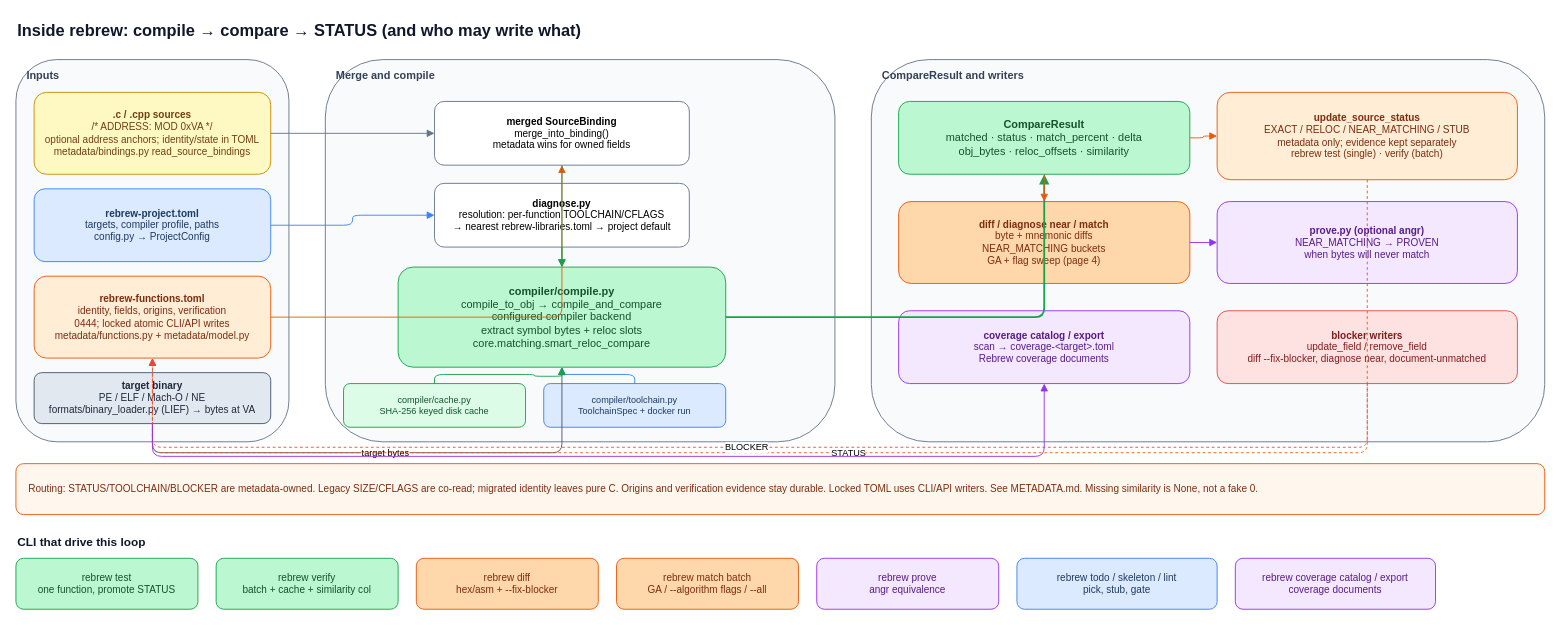
The draw.io diagram page "2. Compile-compare loop" (2 of 6) of docs/architecture.drawio in maci0/rebrew, before the edit. Source tidied: cells renumbered, new cells numbered last; positions are measured from the earlier drawing's top-left corner, leaving out a move shared by most shapes. Both pictures are drawn from the tidied source at 91%, with x=0, y=0 at pixel (15, 15).
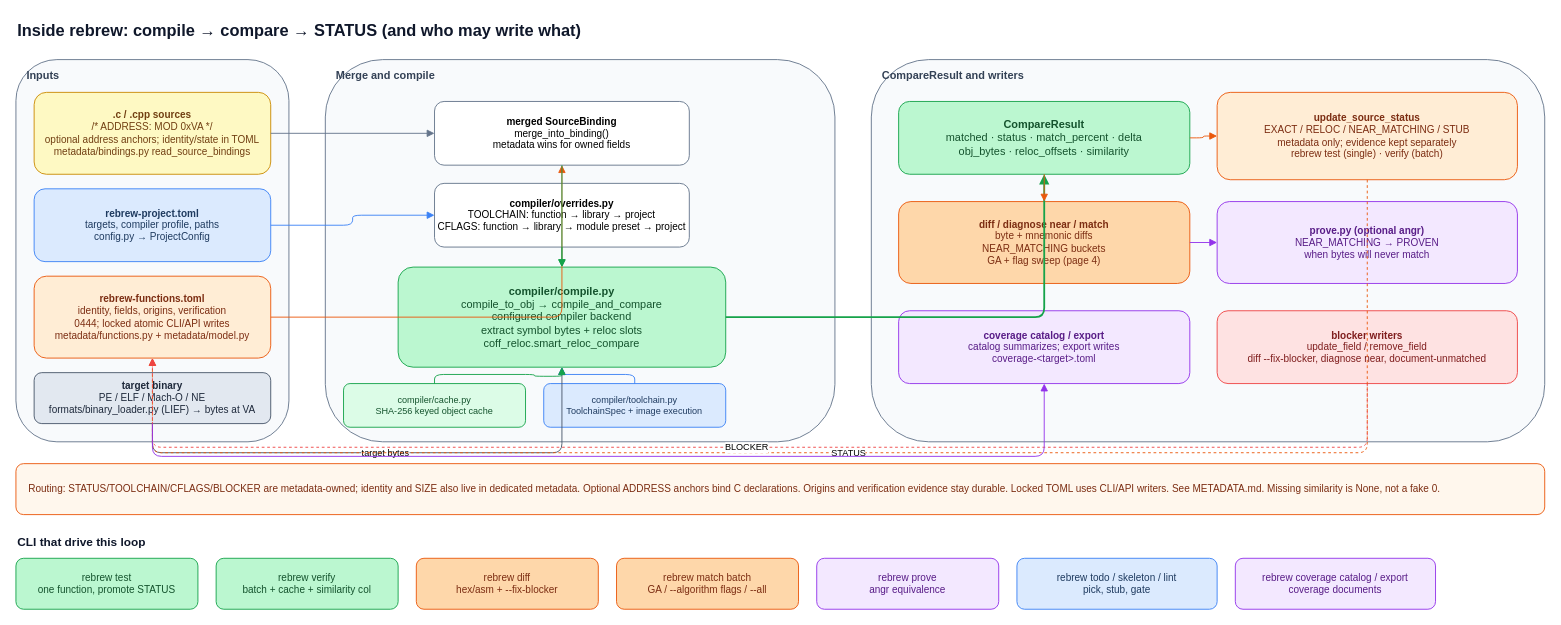
The same page after the edit.

Change to the diagram source:
```diff
@@
-    <mxCell id="10" value="&lt;b&gt;diagnose.py&lt;/b&gt;&lt;br&gt;resolution: per-function TOOLCHAIN/CFLAGS&lt;br&gt;→ nearest rebrew-libraries.toml → project default" style="rounded=1;whiteSpace=wrap;html=1;fillColor=#ffffff;strokeColor=#64748b;align=center;fontSize=11;" parent="1" vertex="1">
+    <mxCell id="10" value="&lt;b&gt;compiler/overrides.py&lt;/b&gt;&lt;br&gt;TOOLCHAIN: function → library → project&lt;br&gt;CFLAGS: function → library → module preset → project" style="rounded=1;whiteSpace=wrap;html=1;fillColor=#ffffff;strokeColor=#64748b;align=center;fontSize=11;" parent="1" vertex="1">
       <mxGeometry x="460" y="184" width="280" height="70" as="geometry" />
     </mxCell>
-    <mxCell id="11" value="&lt;b&gt;compiler/compile.py&lt;/b&gt;&lt;br&gt;compile_to_obj → compile_and_compare&lt;br&gt;configured compiler backend&lt;br&gt;extract symbol bytes + reloc slots&lt;br&gt;core.matching.smart_reloc_compare" style="rounded=1;whiteSpace=wrap;html=1;fillColor=#bbf7d0;strokeColor=#16a34a;fontColor=#14532d;align=center;fontSize=12;" parent="1" vertex="1">
+    <mxCell id="11" value="&lt;b&gt;compiler/compile.py&lt;/b&gt;&lt;br&gt;compile_to_obj → compile_and_compare&lt;br&gt;configured compiler backend&lt;br&gt;extract symbol bytes + reloc slots&lt;br&gt;coff_reloc.smart_reloc_compare" style="rounded=1;whiteSpace=wrap;html=1;fillColor=#bbf7d0;strokeColor=#16a34a;fontColor=#14532d;align=center;fontSize=12;" parent="1" vertex="1">
       <mxGeometry x="420" y="276" width="360" height="110" as="geometry" />
     </mxCell>
-    <mxCell id="12" value="compiler/cache.py&lt;br&gt;SHA-256 keyed disk cache" style="rounded=1;whiteSpace=wrap;html=1;fillColor=#dcfce7;strokeColor=#16a34a;fontColor=#14532d;align=center;fontSize=10;" parent="1" vertex="1">
+    <mxCell id="12" value="compiler/cache.py&lt;br&gt;SHA-256 keyed object cache" style="rounded=1;whiteSpace=wrap;html=1;fillColor=#dcfce7;strokeColor=#16a34a;fontColor=#14532d;align=center;fontSize=10;" parent="1" vertex="1">
       <mxGeometry x="360" y="404" width="200" height="48" as="geometry" />
     </mxCell>
-    <mxCell id="13" value="compiler/toolchain.py&lt;br&gt;ToolchainSpec + docker run" style="rounded=1;whiteSpace=wrap;html=1;fillColor=#dbeafe;strokeColor=#3b82f6;fontColor=#1e3a5f;align=center;fontSize=10;" parent="1" vertex="1">
+    <mxCell id="13" value="compiler/toolchain.py&lt;br&gt;ToolchainSpec + image execution" style="rounded=1;whiteSpace=wrap;html=1;fillColor=#dbeafe;strokeColor=#3b82f6;fontColor=#1e3a5f;align=center;fontSize=10;" parent="1" vertex="1">
       <mxGeometry x="580" y="404" width="200" height="48" as="geometry" />
     </mxCell>
@@
-    <mxCell id="19" value="&lt;b&gt;coverage catalog / export&lt;/b&gt;&lt;br&gt;scan → coverage-&amp;lt;target&amp;gt;.toml&lt;br&gt;Rebrew coverage documents" style="rounded=1;whiteSpace=wrap;html=1;fillColor=#f3e8ff;strokeColor=#9333ea;fontColor=#581c87;align=center;fontSize=11;" parent="1" vertex="1">
+    <mxCell id="19" value="&lt;b&gt;coverage catalog / export&lt;/b&gt;&lt;br&gt;catalog summarizes; export writes&lt;br&gt;coverage-&amp;lt;target&amp;gt;.toml" style="rounded=1;whiteSpace=wrap;html=1;fillColor=#f3e8ff;strokeColor=#9333ea;fontColor=#581c87;align=center;fontSize=11;" parent="1" vertex="1">
       <mxGeometry x="970" y="324" width="320" height="80" as="geometry" />
     </mxCell>
@@
-    <mxCell id="36" value="Routing: STATUS/TOOLCHAIN/BLOCKER are metadata-owned. Legacy SIZE/CFLAGS are co-read; migrated identity leaves pure C. Origins and verification evidence stay durable. Locked TOML uses CLI/API writers. See METADATA.md. Missing similarity is None, not a fake 0." style="rounded=1;whiteSpace=wrap;html=1;align=left;spacingLeft=12;spacingRight=12;fillColor=#fff7ed;strokeColor=#ea580c;fontColor=#7c2d12;fontSize=11;" parent="1" vertex="1">
+    <mxCell id="36" value="Routing: STATUS/TOOLCHAIN/CFLAGS/BLOCKER are metadata-owned; identity and SIZE also live in dedicated metadata. Optional ADDRESS anchors bind C declarations. Origins and verification evidence stay durable. Locked TOML uses CLI/API writers. See METADATA.md. Missing similarity is None, not a fake 0." style="rounded=1;whiteSpace=wrap;html=1;align=left;spacingLeft=12;spacingRight=12;fillColor=#fff7ed;strokeColor=#ea580c;fontColor=#7c2d12;fontSize=11;" parent="1" vertex="1">
       <mxGeometry y="492" width="1680" height="56" as="geometry" />
     </mxCell>
```
